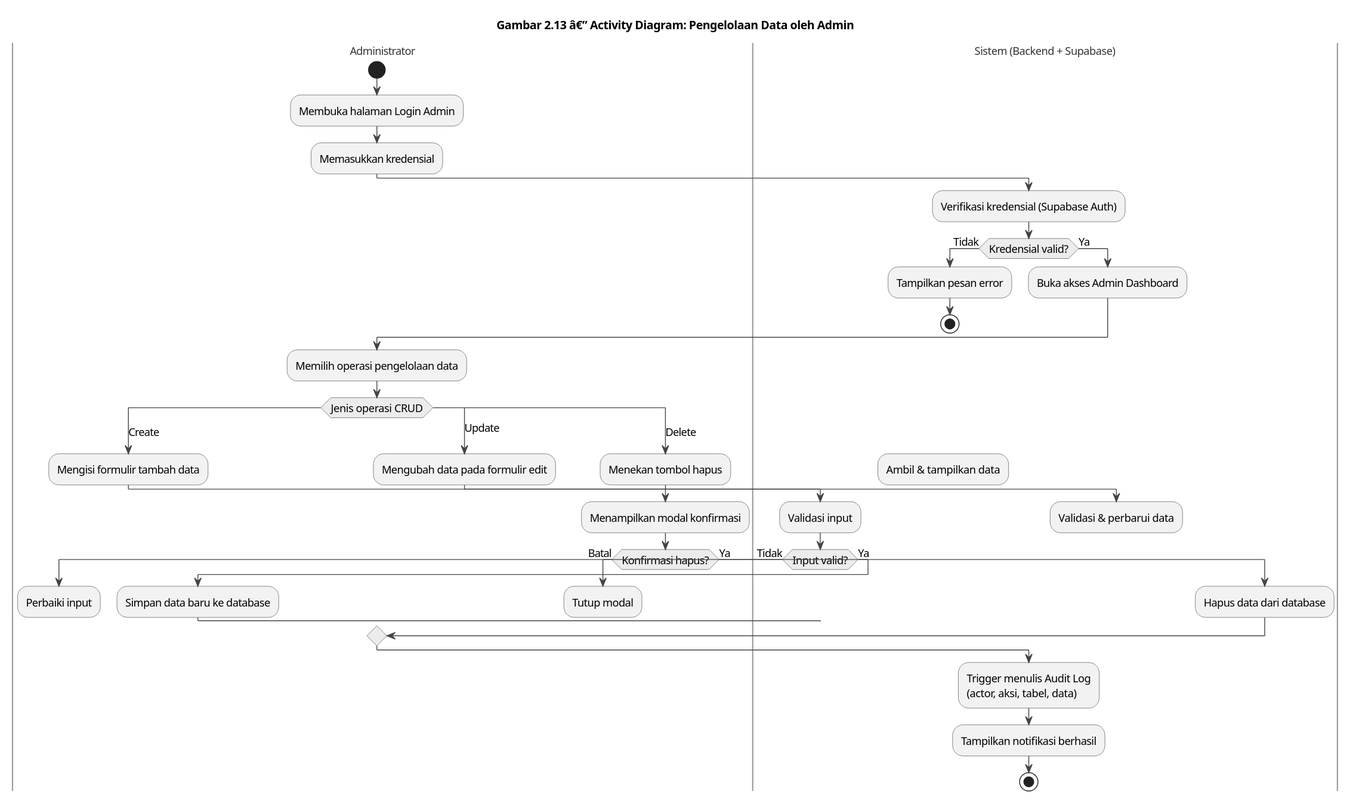
Jokskuyy/workflow-ta-proyek keeps this PlantUML diagram as diagrams/gambar-2-13-activity-pengelolaan-data-admin.svg. Above is the earlier version. The source it was exported from:
```plantuml
@startuml

skinparam backgroundColor #FFFFFF
skinparam shadowing false
skinparam defaultFontName "Segoe UI"
skinparam defaultFontSize 13
skinparam ArrowColor #444444
skinparam ActivityBorderColor #555555
skinparam ActivityBackgroundColor #F2F2F2
skinparam ActivityDiamondBackgroundColor #ECECEC
skinparam ActivityDiamondBorderColor #555555
skinparam SwimlaneTitleFontColor #333333
skinparam SwimlaneBorderColor #999999

title Gambar 2.13 â€” Activity Diagram: Pengelolaan Data oleh Admin

|Administrator|
start
:Membuka halaman Login Admin;
:Memasukkan kredensial;

|Sistem (Backend + Supabase)|
:Verifikasi kredensial (Supabase Auth);
if (Kredensial valid?) then (Tidak)
  :Tampilkan pesan error;
  stop
else (Ya)
  :Buka akses Admin Dashboard;
endif

|Administrator|
:Memilih operasi pengelolaan data;
switch (Jenis operasi CRUD)
case (Create)
  :Mengisi formulir tambah data;
  |Sistem (Backend + Supabase)|
  :Validasi input;
  if (Input valid?) then (Tidak)
    |Administrator|
    :Perbaiki input;
    detach
  else (Ya)
    :Simpan data baru ke database;
  endif
case (Read)
  |Sistem (Backend + Supabase)|
  :Ambil & tampilkan data;
case (Update)
  |Administrator|
  :Mengubah data pada formulir edit;
  |Sistem (Backend + Supabase)|
  :Validasi & perbarui data;
case (Delete)
  |Administrator|
  :Menekan tombol hapus;
  :Menampilkan modal konfirmasi;
  if (Konfirmasi hapus?) then (Batal)
    :Tutup modal;
    detach
  else (Ya)
    |Sistem (Backend + Supabase)|
    :Hapus data dari database;
  endif
endswitch

|Sistem (Backend + Supabase)|
:Trigger menulis Audit Log\n(actor, aksi, tabel, data);
:Tampilkan notifikasi berhasil;

stop
@enduml
```
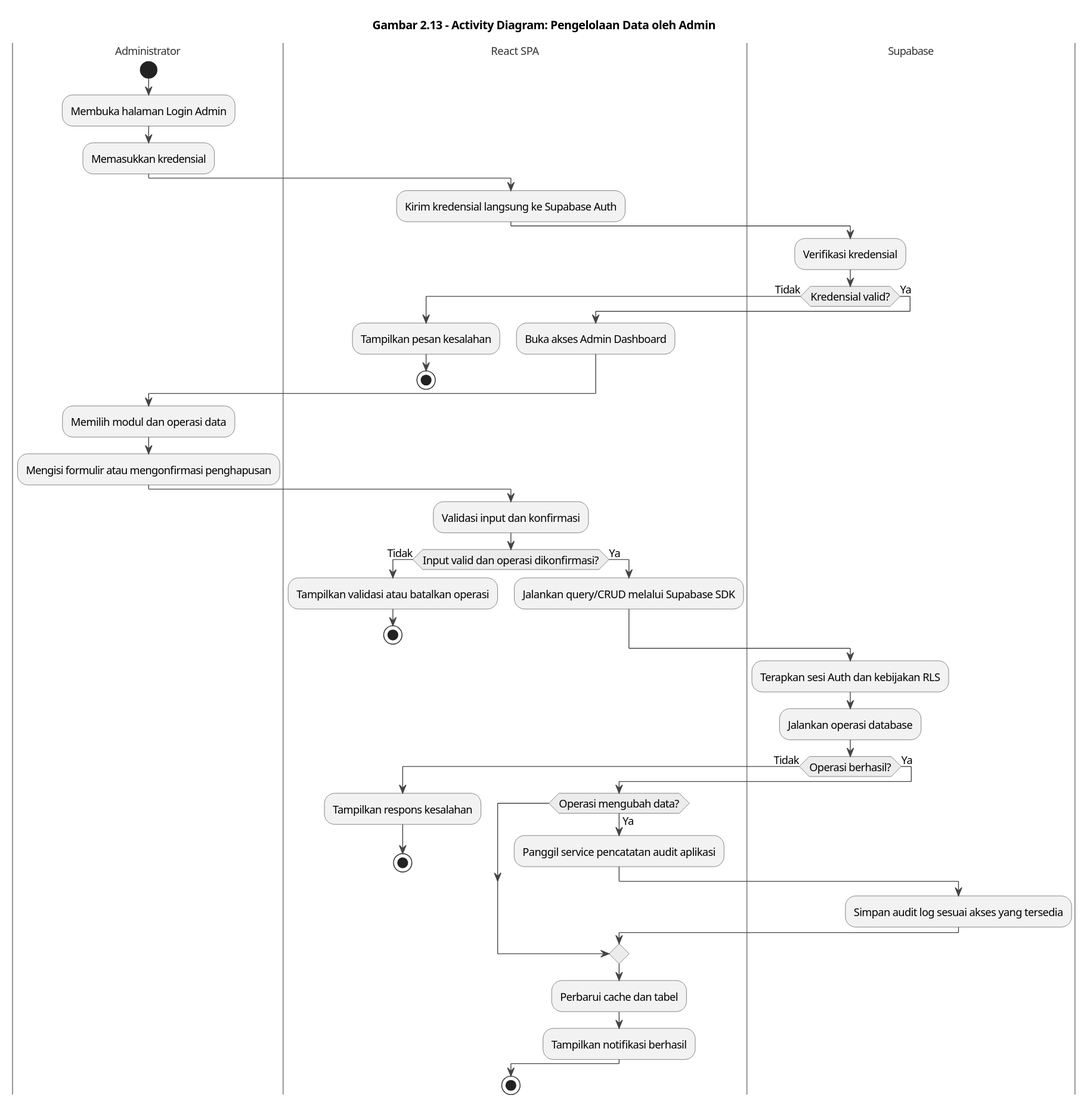
After the change.

What changed in the source:
```diff
@@ -12,60 +12,58 @@
 skinparam SwimlaneTitleFontColor #333333
 skinparam SwimlaneBorderColor #999999
 
-title Gambar 2.13 â€” Activity Diagram: Pengelolaan Data oleh Admin
+title Gambar 2.13 - Activity Diagram: Pengelolaan Data oleh Admin
 
 |Administrator|
 start
 :Membuka halaman Login Admin;
 :Memasukkan kredensial;
 
-|Sistem (Backend + Supabase)|
-:Verifikasi kredensial (Supabase Auth);
+|React SPA|
+:Kirim kredensial langsung ke Supabase Auth;
+
+|Supabase|
+:Verifikasi kredensial;
 if (Kredensial valid?) then (Tidak)
-  :Tampilkan pesan error;
+  |React SPA|
+  :Tampilkan pesan kesalahan;
   stop
 else (Ya)
+  |React SPA|
   :Buka akses Admin Dashboard;
 endif
 
 |Administrator|
-:Memilih operasi pengelolaan data;
-switch (Jenis operasi CRUD)
-case (Create)
-  :Mengisi formulir tambah data;
-  |Sistem (Backend + Supabase)|
-  :Validasi input;
-  if (Input valid?) then (Tidak)
-    |Administrator|
-    :Perbaiki input;
-    detach
-  else (Ya)
-    :Simpan data baru ke database;
+:Memilih modul dan operasi data;
+:Mengisi formulir atau mengonfirmasi penghapusan;
+
+|React SPA|
+:Validasi input dan konfirmasi;
+if (Input valid dan operasi dikonfirmasi?) then (Tidak)
+  :Tampilkan validasi atau batalkan operasi;
+  stop
+else (Ya)
+  :Jalankan query/CRUD melalui Supabase SDK;
+endif
+
+|Supabase|
+:Terapkan sesi Auth dan kebijakan RLS;
+:Jalankan operasi database;
+if (Operasi berhasil?) then (Tidak)
+  |React SPA|
+  :Tampilkan respons kesalahan;
+  stop
+else (Ya)
+  |React SPA|
+  if (Operasi mengubah data?) then (Ya)
+    :Panggil service pencatatan audit aplikasi;
+    |Supabase|
+    :Simpan audit log sesuai akses yang tersedia;
+    |React SPA|
   endif
-case (Read)
-  |Sistem (Backend + Supabase)|
-  :Ambil & tampilkan data;
-case (Update)
-  |Administrator|
-  :Mengubah data pada formulir edit;
-  |Sistem (Backend + Supabase)|
-  :Validasi & perbarui data;
-case (Delete)
-  |Administrator|
-  :Menekan tombol hapus;
-  :Menampilkan modal konfirmasi;
-  if (Konfirmasi hapus?) then (Batal)
-    :Tutup modal;
-    detach
-  else (Ya)
-    |Sistem (Backend + Supabase)|
-    :Hapus data dari database;
-  endif
-endswitch
-
-|Sistem (Backend + Supabase)|
-:Trigger menulis Audit Log\n(actor, aksi, tabel, data);
-:Tampilkan notifikasi berhasil;
+  :Perbarui cache dan tabel;
+  :Tampilkan notifikasi berhasil;
+endif
 
 stop
 @enduml
```
